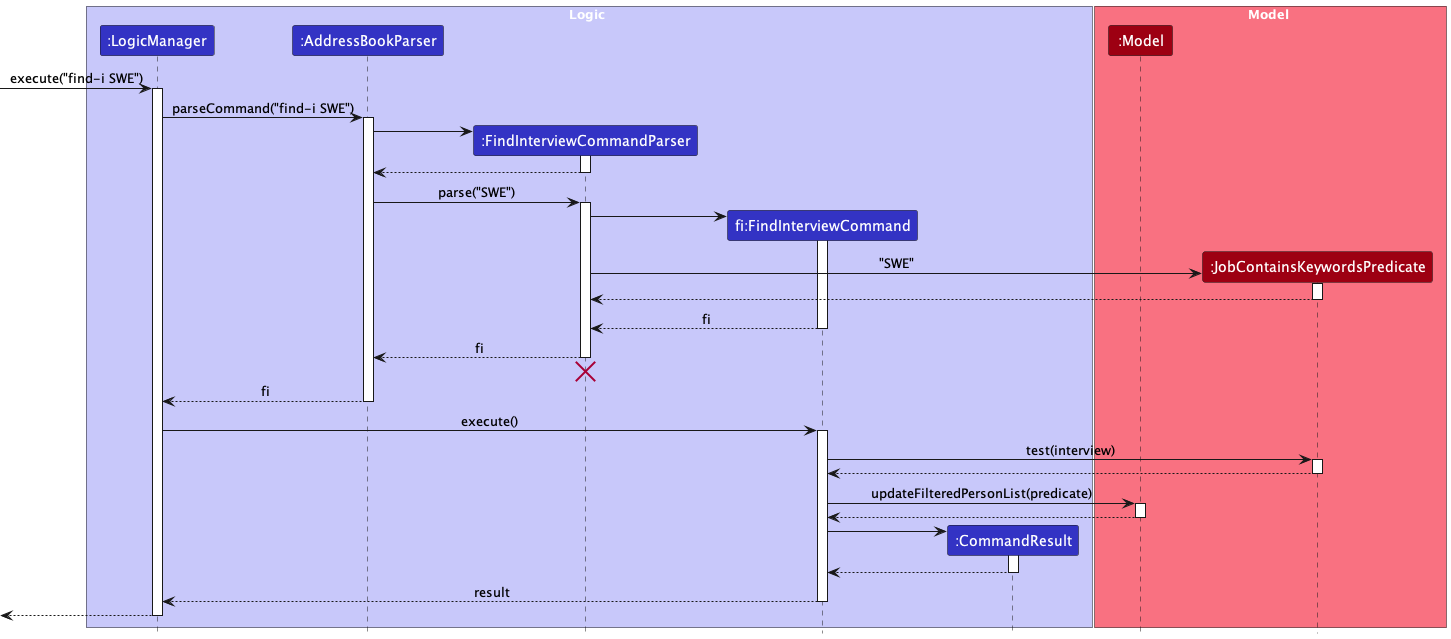
Before: docs/images/FindInterviewSequenceDiagram.png, a diagram exported from PlantUML (nus-cs2103-AY2324S1/tp).
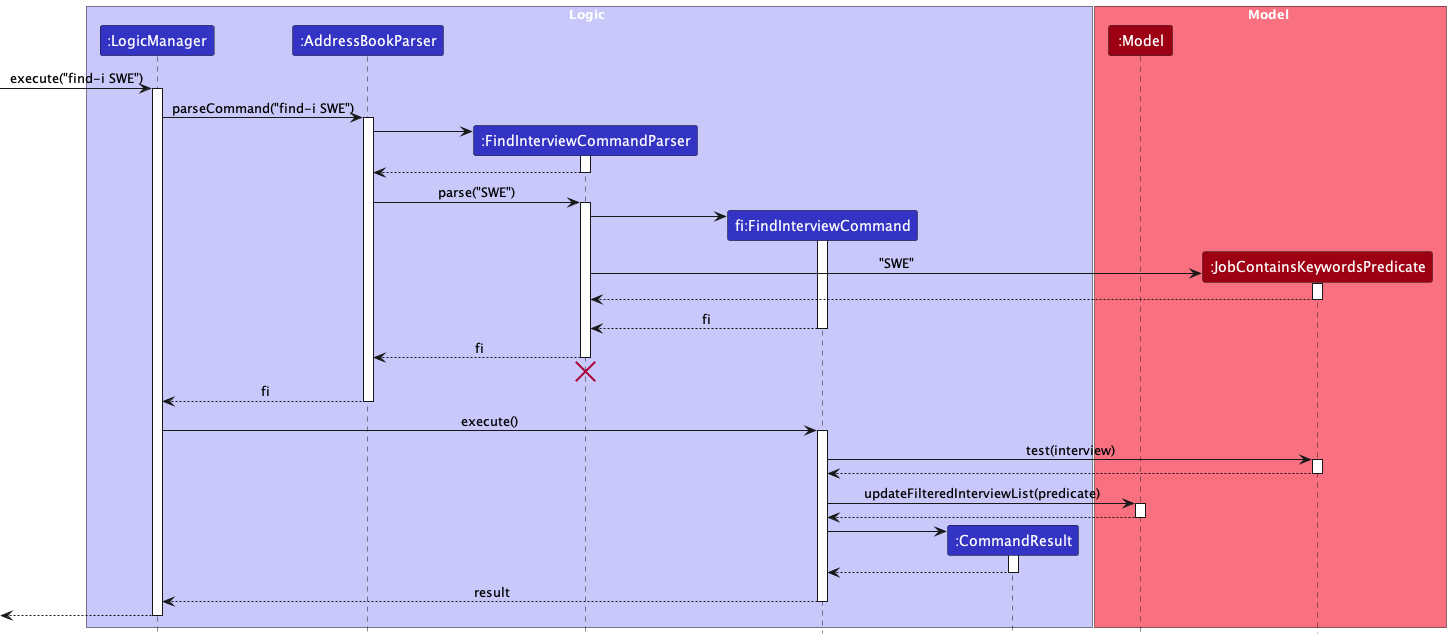
The same diagram one commit later.

Change to the diagram source:
```diff
@@ -62,7 +62,7 @@
 JobPredicate --> FindInterviewCommand
 deactivate JobPredicate
 
-FindInterviewCommand -> Model : updateFilteredPersonList(predicate)
+FindInterviewCommand -> Model : updateFilteredInterviewList(predicate)
 activate Model
 
 Model --> FindInterviewCommand
```
